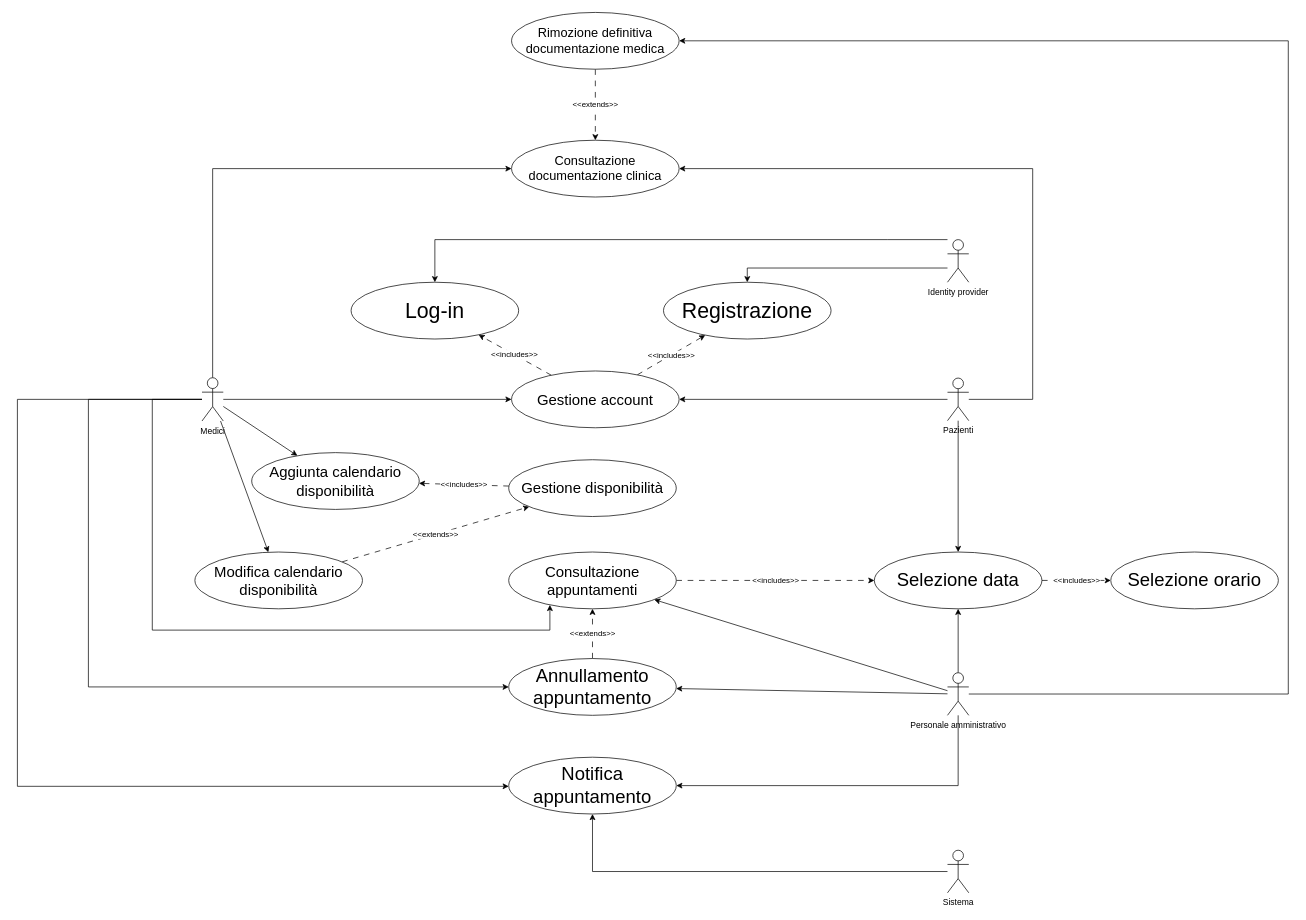
frncscrlnd/MedSync-Sistema-di-Gestione-Appuntamenti-e-Documentazione-Medica keeps this draw.io diagram as page "caseUse" (1 of 5) of DiagrammiMedSync.drawio. Above is the earlier version. Source tidied: cells renumbered, new cells numbered last; positions are measured from the earlier drawing's top-left corner, leaving out a move shared by most shapes. Both pictures are drawn from the tidied source at 71%, with x=0, y=0 at pixel (17, 12).
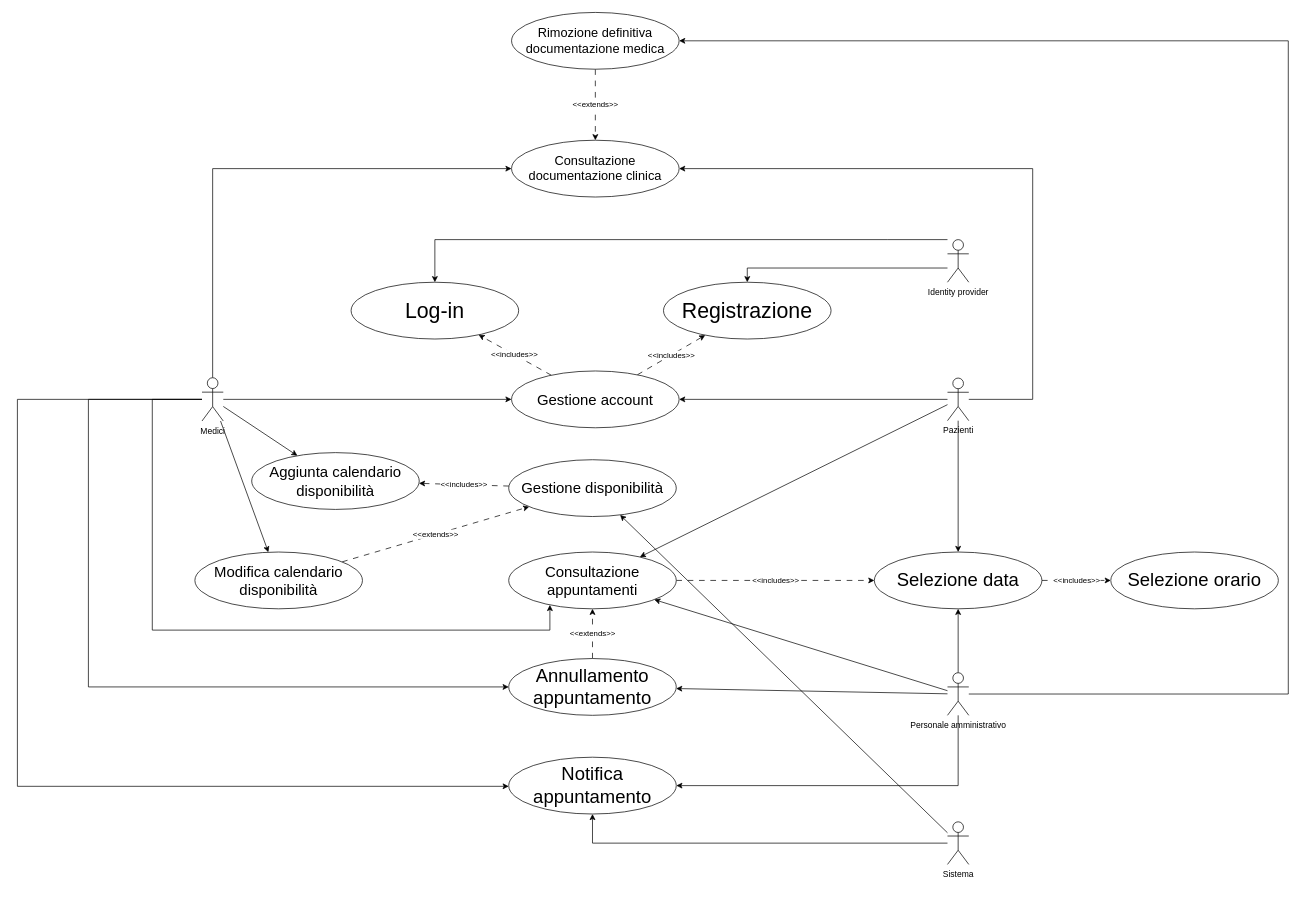
After the change.

Unchanged cells that the change refers to:
```xml
<mxCell id="5" value="Pazienti" style="shape=umlActor;verticalLabelPosition=bottom;verticalAlign=top;html=1;outlineConnect=0;" parent="1" vertex="1">
  <mxGeometry x="1310" y="515" width="30" height="60" as="geometry" />
</mxCell>
<mxCell id="39" value="&lt;font style=&quot;font-size: 21px;&quot;&gt;Consultazione appuntamenti&lt;/font&gt;" style="ellipse;whiteSpace=wrap;html=1;" parent="1" vertex="1">
  <mxGeometry x="692" y="760" width="236" height="80" as="geometry" />
</mxCell>
<mxCell id="45" value="&lt;font style=&quot;font-size: 21px;&quot;&gt;Gestione disponibilità&lt;/font&gt;" style="ellipse;whiteSpace=wrap;html=1;" parent="1" vertex="1">
  <mxGeometry x="692" y="630" width="236" height="80" as="geometry" />
</mxCell>
```

What changed in the source:
```diff
@@
+    <mxCell id="46" style="rounded=0;jettySize=auto;html=1;" parent="1" edge="1" source="5" target="39">
+      <mxGeometry relative="1" as="geometry" />
+    </mxCell>
@@
+    <mxCell id="47" style="rounded=0;jettySize=auto;html=1;" parent="1" edge="1" source="20" target="45">
+      <mxGeometry relative="1" as="geometry" />
+    </mxCell>
     <mxCell id="20" value="Sistema" style="shape=umlActor;verticalLabelPosition=bottom;verticalAlign=top;html=1;outlineConnect=0;" parent="1" vertex="1">
-      <mxGeometry x="1310" y="1180" width="30" height="60" as="geometry" />
+      <mxGeometry x="1310" y="1140" width="30" height="60" as="geometry" />
     </mxCell>
```
